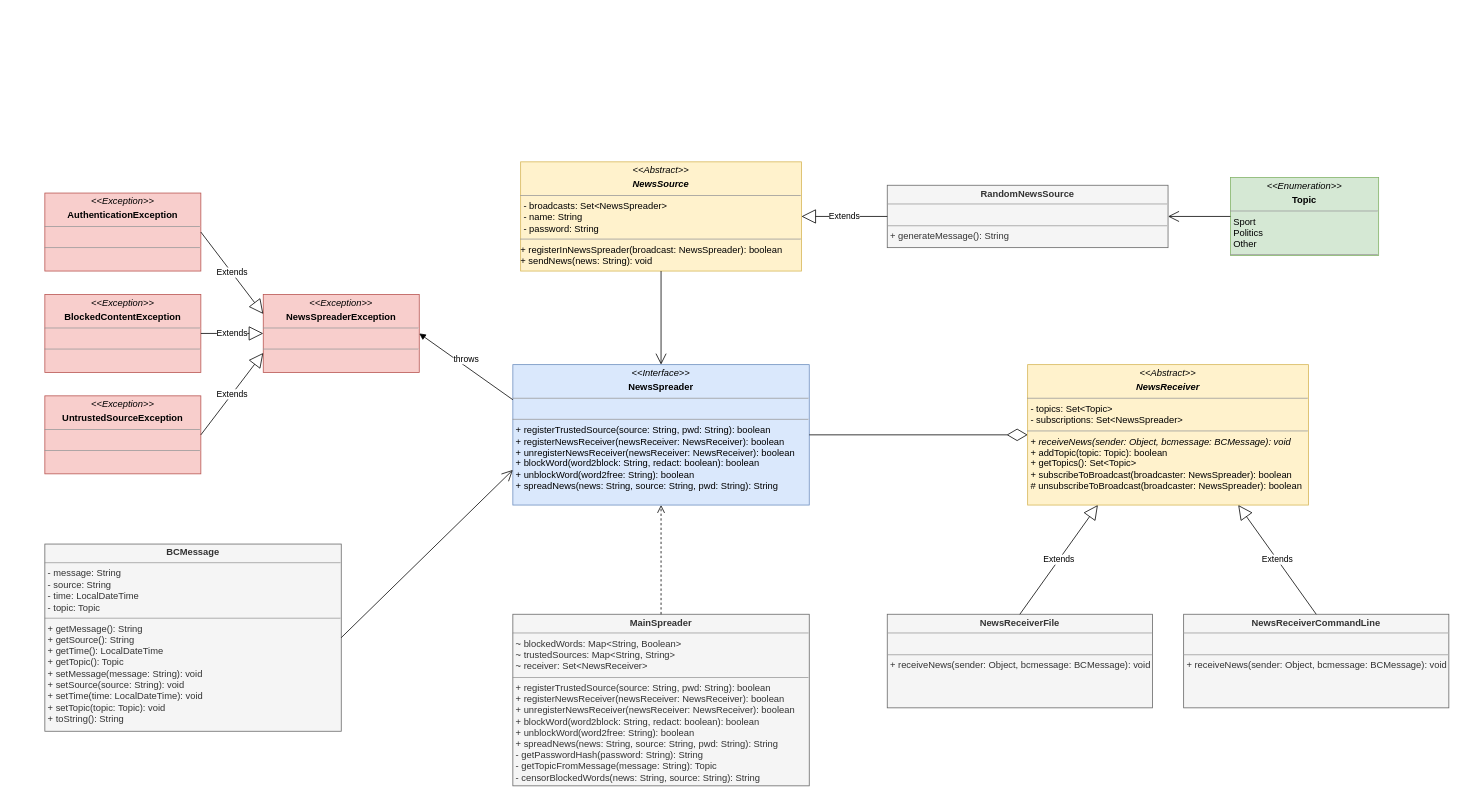
Johannes-Baischer/SE-Assignments keeps this draw.io diagram as doc/observer/img/a6_uml.drawio. Above is the earlier version. Source tidied: cells renumbered, new cells numbered last; positions are measured from the earlier drawing's top-left corner, leaving out a move shared by most shapes. Both pictures are drawn from the tidied source at 78%, with x=0, y=0 at pixel (44, 161).
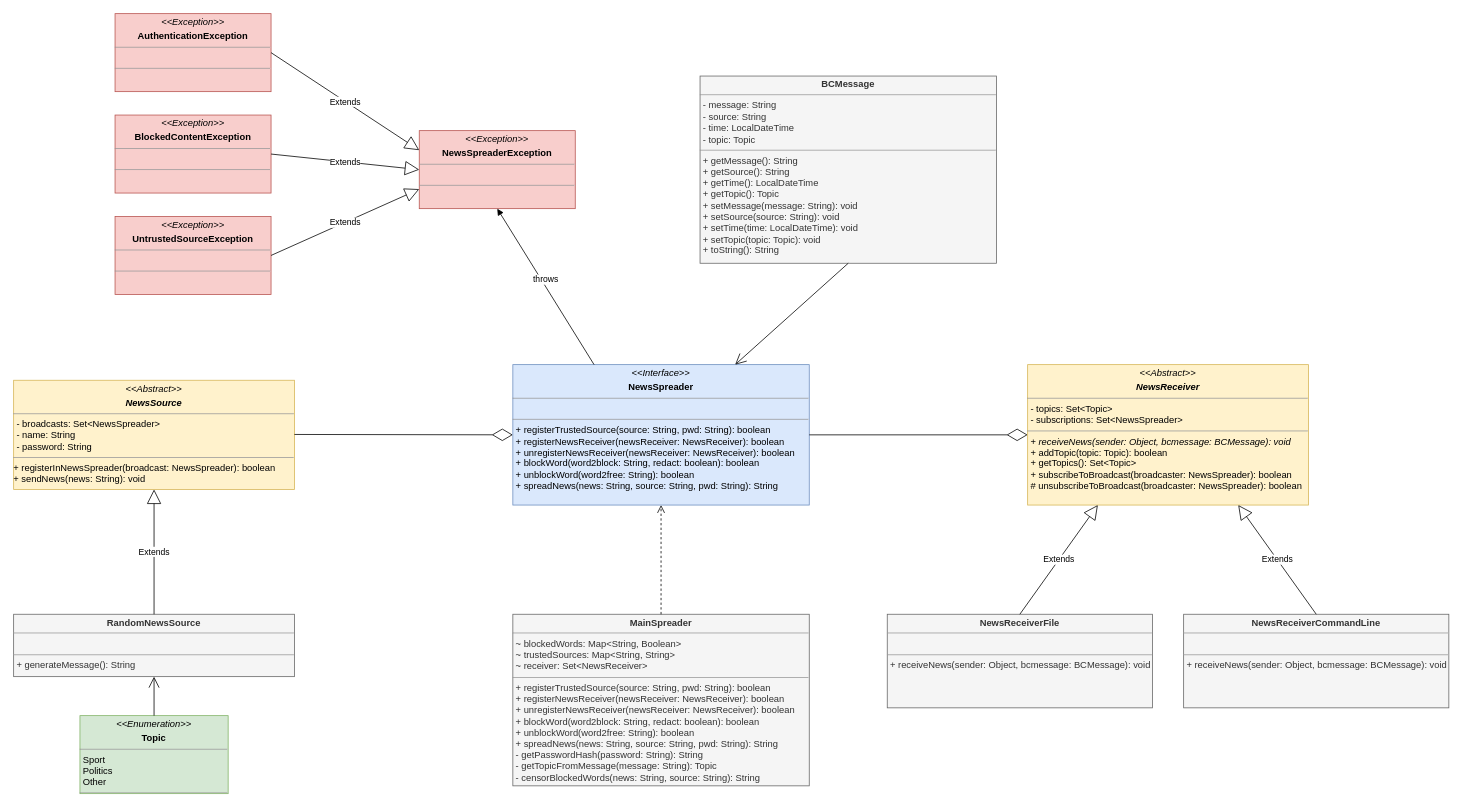
The same page after the edit.

Unchanged cells that the change refers to:
```xml
<mxCell id="14" value="&lt;p style=&quot;margin:0px;margin-top:4px;text-align:center;&quot;&gt;&lt;i&gt;&amp;lt;&amp;lt;Interface&amp;gt;&amp;gt;&lt;/i&gt;&lt;/p&gt;&lt;p style=&quot;margin:0px;margin-top:4px;text-align:center;&quot;&gt;&lt;b&gt;NewsSpreader&lt;/b&gt;&lt;br&gt;&lt;/p&gt;&lt;hr size=&quot;1&quot;&gt;&lt;p style=&quot;margin:0px;margin-left:4px;&quot;&gt;&lt;br&gt;&lt;/p&gt;&lt;hr size=&quot;1&quot;&gt;&lt;p style=&quot;margin:0px;margin-left:4px;&quot;&gt;+ registerTrustedSource(source: String, pwd: String): boolean&lt;br&gt;&lt;/p&gt;&lt;p style=&quot;margin:0px;margin-left:4px;&quot;&gt;+ registerNewsReceiver(newsReceiver: NewsReceiver): boolean&lt;br&gt;&lt;/p&gt;&lt;p style=&quot;margin:0px;margin-left:4px;&quot;&gt;+ &lt;span class=&quot;pl-en&quot;&gt;&lt;span data-hydro-click=&quot;{&amp;quot;event_type&amp;quot;:&amp;quot;code_navigation.click_on_symbol&amp;quot;,&amp;quot;payload&amp;quot;:{&amp;quot;action&amp;quot;:&amp;quot;click_on_symbol&amp;quot;,&amp;quot;repository_id&amp;quot;:570232512,&amp;quot;ref&amp;quot;:&amp;quot;main&amp;quot;,&amp;quot;language&amp;quot;:&amp;quot;Java&amp;quot;,&amp;quot;backend&amp;quot;:&amp;quot;ALEPH_FUZZY&amp;quot;,&amp;quot;code_nav_context&amp;quot;:&amp;quot;BLOB_VIEW&amp;quot;,&amp;quot;retry_backend&amp;quot;:&amp;quot;&amp;quot;,&amp;quot;cross_repo_results_included&amp;quot;:&amp;quot;CROSS_REPO_ENABLED&amp;quot;,&amp;quot;in_repo_result_count&amp;quot;:2,&amp;quot;cross_repo_result_count&amp;quot;:0,&amp;quot;originating_url&amp;quot;:&amp;quot;https://github.com/sweng-plus/a6-res-sew22-s1086240_s1054335/find-definition?q=unregisterNewsReceiver&amp;amp;blob_path=src%2Fmain%2Fjava%2Fobserver%2FNewsSpreader.java&amp;amp;ref=main&amp;amp;language=Java&amp;amp;row=29&amp;amp;col=16&amp;amp;code_nav_context=BLOB_VIEW&amp;quot;,&amp;quot;user_id&amp;quot;:63867211}}&quot; class=&quot;pl-token&quot;&gt;unregisterNewsReceiver&lt;/span&gt;&lt;/span&gt;(newsReceiver: NewsReceiver): boolean&lt;/p&gt;&lt;p style=&quot;margin:0px;margin-left:4px;&quot;&gt;+ blockWord(word2block: String, redact: boolean): boolean&lt;/p&gt;&lt;p style=&quot;margin:0px;margin-left:4px;&quot;&gt;+ unblockWord(word2free: String): boolean&lt;/p&gt;&lt;p style=&quot;margin:0px;margin-left:4px;&quot;&gt;+ spreadNews(news: String, source: String, pwd: String): String&lt;br&gt;&lt;/p&gt;" style="verticalAlign=top;align=left;overflow=fill;fontSize=12;fontFamily=Helvetica;html=1;fillColor=#dae8fc;strokeColor=#6c8ebf;" parent="1" vertex="1">
  <mxGeometry x="600" y="260" width="380" height="180" as="geometry" />
</mxCell>
```

Change to the diagram source:
```diff
@@
     <mxCell id="2" value="&lt;p style=&quot;margin:0px;margin-top:4px;text-align:center;&quot;&gt;&lt;i&gt;&amp;lt;&amp;lt;Exception&amp;gt;&amp;gt;&lt;/i&gt;&lt;/p&gt;&lt;p style=&quot;margin:0px;margin-top:4px;text-align:center;&quot;&gt;&lt;b&gt;NewsSpreaderException&lt;/b&gt;&lt;br&gt;&lt;/p&gt;&lt;hr size=&quot;1&quot;&gt;&lt;p style=&quot;margin:0px;margin-left:4px;&quot;&gt;&lt;br&gt;&lt;/p&gt;&lt;hr size=&quot;1&quot;&gt;&lt;p style=&quot;margin:0px;margin-left:4px;&quot;&gt;&lt;br&gt;&lt;/p&gt;" style="verticalAlign=top;align=left;overflow=fill;fontSize=12;fontFamily=Helvetica;html=1;fillColor=#f8cecc;strokeColor=#b85450;" parent="1" vertex="1">
-      <mxGeometry x="280" y="170" width="200" height="100" as="geometry" />
+      <mxGeometry x="480" y="-40" width="200" height="100" as="geometry" />
     </mxCell>
     <mxCell id="3" value="&lt;p style=&quot;margin:0px;margin-top:4px;text-align:center;&quot;&gt;&lt;i&gt;&amp;lt;&amp;lt;Exception&amp;gt;&amp;gt;&lt;/i&gt;&lt;/p&gt;&lt;p style=&quot;margin:0px;margin-top:4px;text-align:center;&quot;&gt;&lt;b&gt;AuthenticationException&lt;/b&gt;&lt;br&gt;&lt;/p&gt;&lt;hr size=&quot;1&quot;&gt;&lt;p style=&quot;margin:0px;margin-left:4px;&quot;&gt;&lt;br&gt;&lt;/p&gt;&lt;hr size=&quot;1&quot;&gt;&lt;p style=&quot;margin:0px;margin-left:4px;&quot;&gt;&lt;br&gt;&lt;/p&gt;" style="verticalAlign=top;align=left;overflow=fill;fontSize=12;fontFamily=Helvetica;html=1;fillColor=#f8cecc;strokeColor=#b85450;" parent="1" vertex="1">
-      <mxGeometry y="40" width="200" height="100" as="geometry" />
+      <mxGeometry x="90" y="-190" width="200" height="100" as="geometry" />
     </mxCell>
     <mxCell id="4" value="&lt;p style=&quot;margin:0px;margin-top:4px;text-align:center;&quot;&gt;&lt;i&gt;&amp;lt;&amp;lt;Exception&amp;gt;&amp;gt;&lt;/i&gt;&lt;/p&gt;&lt;p style=&quot;margin:0px;margin-top:4px;text-align:center;&quot;&gt;&lt;b&gt;BlockedContentException&lt;/b&gt;&lt;br&gt;&lt;/p&gt;&lt;hr size=&quot;1&quot;&gt;&lt;p style=&quot;margin:0px;margin-left:4px;&quot;&gt;&lt;br&gt;&lt;/p&gt;&lt;hr size=&quot;1&quot;&gt;&lt;p style=&quot;margin:0px;margin-left:4px;&quot;&gt;&lt;br&gt;&lt;/p&gt;" style="verticalAlign=top;align=left;overflow=fill;fontSize=12;fontFamily=Helvetica;html=1;fillColor=#f8cecc;strokeColor=#b85450;" parent="1" vertex="1">
-      <mxGeometry y="170" width="200" height="100" as="geometry" />
+      <mxGeometry x="90" y="-60" width="200" height="100" as="geometry" />
     </mxCell>
     <mxCell id="5" value="&lt;p style=&quot;margin:0px;margin-top:4px;text-align:center;&quot;&gt;&lt;i&gt;&amp;lt;&amp;lt;Exception&amp;gt;&amp;gt;&lt;/i&gt;&lt;/p&gt;&lt;p style=&quot;margin:0px;margin-top:4px;text-align:center;&quot;&gt;&lt;b&gt;UntrustedSourceException&lt;/b&gt;&lt;br&gt;&lt;/p&gt;&lt;hr size=&quot;1&quot;&gt;&lt;p style=&quot;margin:0px;margin-left:4px;&quot;&gt;&lt;br&gt;&lt;/p&gt;&lt;hr size=&quot;1&quot;&gt;&lt;p style=&quot;margin:0px;margin-left:4px;&quot;&gt;&lt;br&gt;&lt;/p&gt;" style="verticalAlign=top;align=left;overflow=fill;fontSize=12;fontFamily=Helvetica;html=1;fillColor=#f8cecc;strokeColor=#b85450;" parent="1" vertex="1">
-      <mxGeometry y="300" width="200" height="100" as="geometry" />
+      <mxGeometry x="90" y="70" width="200" height="100" as="geometry" />
     </mxCell>
@@
     <mxCell id="17" value="&lt;p style=&quot;margin:0px;margin-top:4px;text-align:center;&quot;&gt;&lt;i&gt;&amp;lt;&amp;lt;Enumeration&amp;gt;&amp;gt;&lt;/i&gt;&lt;b&gt;&lt;br&gt;&lt;/b&gt;&lt;/p&gt;&lt;p style=&quot;margin:0px;margin-top:4px;text-align:center;&quot;&gt;&lt;b&gt;Topic&lt;/b&gt;&lt;br&gt;&lt;b&gt;&lt;/b&gt;&lt;/p&gt;&lt;hr size=&quot;1&quot;&gt;&lt;p style=&quot;margin:0px;margin-left:4px;&quot;&gt;Sport&lt;/p&gt;&lt;p style=&quot;margin:0px;margin-left:4px;&quot;&gt;Politics&lt;/p&gt;&lt;p style=&quot;margin:0px;margin-left:4px;&quot;&gt;Other&lt;br&gt;&lt;/p&gt;&lt;hr size=&quot;1&quot;&gt;" style="verticalAlign=top;align=left;overflow=fill;fontSize=12;fontFamily=Helvetica;html=1;fillColor=#d5e8d4;strokeColor=#82b366;" parent="1" vertex="1">
-      <mxGeometry x="1520" y="20" width="190" height="100" as="geometry" />
+      <mxGeometry x="45" y="710" width="190" height="100" as="geometry" />
     </mxCell>
     <mxCell id="18" value="&lt;p style=&quot;margin:0px;margin-top:4px;text-align:center;&quot;&gt;&lt;b&gt;BCMessage&lt;/b&gt;&lt;/p&gt;&lt;hr size=&quot;1&quot;&gt;&lt;p style=&quot;margin:0px;margin-left:4px;&quot;&gt;- message: String&lt;/p&gt;&lt;p style=&quot;margin:0px;margin-left:4px;&quot;&gt;- source: String&lt;/p&gt;&lt;p style=&quot;margin:0px;margin-left:4px;&quot;&gt;- time: LocalDateTime&lt;/p&gt;&lt;p style=&quot;margin:0px;margin-left:4px;&quot;&gt;- topic: Topic&lt;br&gt;&lt;/p&gt;&lt;hr size=&quot;1&quot;&gt;&lt;p style=&quot;margin:0px;margin-left:4px;&quot;&gt;+ getMessage(): String&lt;/p&gt;&lt;p style=&quot;margin:0px;margin-left:4px;&quot;&gt;+ getSource(): String&lt;/p&gt;&lt;p style=&quot;margin:0px;margin-left:4px;&quot;&gt;+ getTime(): LocalDateTime&lt;/p&gt;&lt;p style=&quot;margin:0px;margin-left:4px;&quot;&gt;+ getTopic(): Topic&lt;/p&gt;&lt;p style=&quot;margin:0px;margin-left:4px;&quot;&gt;+ setMessage(message: String): void&lt;/p&gt;&lt;p style=&quot;margin:0px;margin-left:4px;&quot;&gt;+ setSource(source: String): void&lt;/p&gt;&lt;p style=&quot;margin:0px;margin-left:4px;&quot;&gt;+ setTime(time: LocalDateTime): void&lt;/p&gt;&lt;p style=&quot;margin:0px;margin-left:4px;&quot;&gt;+ setTopic(topic: Topic): void&lt;/p&gt;&lt;p style=&quot;margin:0px;margin-left:4px;&quot;&gt;+ toString(): String&lt;br&gt;&lt;/p&gt;" style="verticalAlign=top;align=left;overflow=fill;fontSize=12;fontFamily=Helvetica;html=1;fillColor=#f5f5f5;fontColor=#333333;strokeColor=#666666;" parent="1" vertex="1">
-      <mxGeometry y="490" width="380" height="240" as="geometry" />
+      <mxGeometry x="840" y="-110" width="380" height="240" as="geometry" />
     </mxCell>
     <mxCell id="19" value="&lt;p style=&quot;margin:0px;margin-top:4px;text-align:center;&quot;&gt;&lt;i&gt;&amp;lt;&amp;lt;Abstract&amp;gt;&amp;gt;&lt;br&gt;&lt;/i&gt;&lt;/p&gt;&lt;p style=&quot;margin:0px;margin-top:4px;text-align:center;&quot;&gt;&lt;i&gt;&lt;b&gt;NewsSource&lt;/b&gt;&lt;br&gt;&lt;/i&gt;&lt;/p&gt;&lt;hr size=&quot;1&quot;&gt;&lt;p style=&quot;margin:0px;margin-left:4px;&quot;&gt;- broadcasts: Set&amp;lt;NewsSpreader&amp;gt;&lt;/p&gt;&lt;p style=&quot;margin:0px;margin-left:4px;&quot;&gt;- name: String&lt;/p&gt;&lt;p style=&quot;margin:0px;margin-left:4px;&quot;&gt;- password: String&lt;br&gt;&lt;/p&gt;&lt;hr size=&quot;1&quot;&gt;&lt;div&gt;+ registerInNewsSpreader(broadcast: NewsSpreader): boolean&lt;/div&gt;&lt;div&gt;+ sendNews(news: String): void&lt;br&gt;&lt;/div&gt;" style="verticalAlign=top;align=left;overflow=fill;fontSize=12;fontFamily=Helvetica;html=1;fillColor=#fff2cc;strokeColor=#d6b656;" parent="1" vertex="1">
-      <mxGeometry x="610" width="360" height="140" as="geometry" />
+      <mxGeometry x="-40" y="280" width="360" height="140" as="geometry" />
     </mxCell>
     <mxCell id="20" value="&lt;p style=&quot;margin:0px;margin-top:4px;text-align:center;&quot;&gt;&lt;b&gt;RandomNewsSource&lt;/b&gt;&lt;/p&gt;&lt;hr size=&quot;1&quot;&gt;&lt;p style=&quot;margin:0px;margin-left:4px;&quot;&gt;&lt;br&gt;&lt;/p&gt;&lt;hr size=&quot;1&quot;&gt;&lt;p style=&quot;margin:0px;margin-left:4px;&quot;&gt;+ generateMessage(): String&lt;br&gt;&lt;/p&gt;" style="verticalAlign=top;align=left;overflow=fill;fontSize=12;fontFamily=Helvetica;html=1;fillColor=#f5f5f5;fontColor=#333333;strokeColor=#666666;" parent="1" vertex="1">
-      <mxGeometry x="1080" y="30" width="360" height="80" as="geometry" />
+      <mxGeometry x="-40" y="580" width="360" height="80" as="geometry" />
     </mxCell>
-    <mxCell id="21" value="Extends" style="endArrow=block;endSize=16;endFill=0;html=1;rounded=0;exitX=0;exitY=0.5;exitDx=0;exitDy=0;" parent="1" edge="1" source="20" target="19">
+    <mxCell id="21" value="Extends" style="endArrow=block;endSize=16;endFill=0;html=1;rounded=0;exitX=0.5;exitY=0;exitDx=0;exitDy=0;" parent="1" edge="1" source="20" target="19">
       <mxGeometry relative="1" as="geometry" />
     </mxCell>
@@
-    <mxCell id="23" style="endArrow=open;endFill=1;endSize=12;html=1;rounded=0;exitX=0;exitY=0.5;exitDx=0;exitDy=0;entryX=1;entryY=0.5;entryDx=0;entryDy=0;" parent="1" edge="1" source="17" target="20">
+    <mxCell id="23" style="endArrow=open;endFill=1;endSize=12;html=1;rounded=0;exitX=0.5;exitY=0;exitDx=0;exitDy=0;entryX=0.5;entryY=1;entryDx=0;entryDy=0;" parent="1" edge="1" source="17" target="20">
       <mxGeometry relative="1" as="geometry" />
     </mxCell>
-    <mxCell id="24" value="throws" style="html=1;verticalAlign=bottom;endArrow=block;rounded=0;exitX=0;exitY=0.25;exitDx=0;exitDy=0;entryX=1;entryY=0.5;entryDx=0;entryDy=0;" parent="1" edge="1" source="14" target="2">
+    <mxCell id="24" value="throws" style="html=1;verticalAlign=bottom;endArrow=block;rounded=0;exitX=0.274;exitY=0;exitDx=0;exitDy=0;entryX=0.5;entryY=1;entryDx=0;entryDy=0;exitPerimeter=0;" parent="1" edge="1" source="14" target="2">
       <mxGeometry relative="1" as="geometry" />
     </mxCell>
-    <mxCell id="25" style="endArrow=open;endFill=1;endSize=12;html=1;rounded=0;exitX=0.5;exitY=1;exitDx=0;exitDy=0;entryX=0.5;entryY=0;entryDx=0;entryDy=0;" parent="1" edge="1" source="19" target="14">
-      <mxGeometry relative="1" as="geometry" />
-    </mxCell>
-    <mxCell id="26" style="endArrow=open;endFill=1;endSize=12;html=1;rounded=0;entryX=0;entryY=0.75;entryDx=0;entryDy=0;exitX=1;exitY=0.5;exitDx=0;exitDy=0;" parent="1" edge="1" source="18" target="14">
+    <mxCell id="26" style="endArrow=open;endFill=1;endSize=12;html=1;rounded=0;exitX=0.5;exitY=1;exitDx=0;exitDy=0;entryX=0.75;entryY=0;entryDx=0;entryDy=0;" parent="1" edge="1" source="18" target="14">
       <mxGeometry relative="1" as="geometry" />
     </mxCell>
+    <mxCell id="27" style="endArrow=diamondThin;endFill=0;endSize=24;html=1;rounded=0;exitX=1;exitY=0.5;exitDx=0;exitDy=0;" parent="1" edge="1">
+      <mxGeometry relative="1" as="geometry">
+        <mxPoint x="320" y="349.5" as="sourcePoint" />
+        <mxPoint x="600" y="350" as="targetPoint" />
+      </mxGeometry>
+    </mxCell>
```
